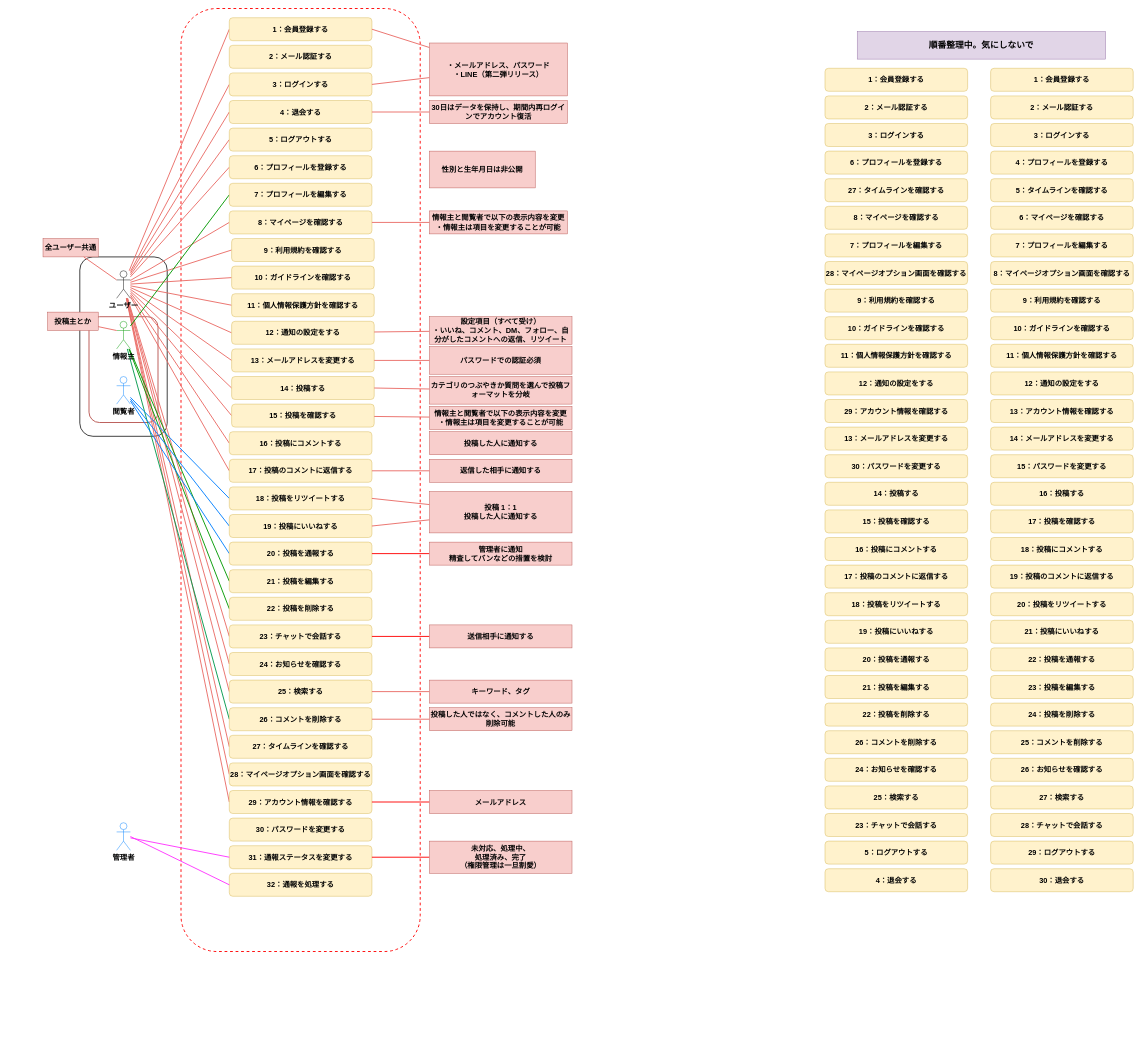
Before: page "ユースケース図" (1 of 4) of modeling.drawio in haseryo0403/VenTal, a draw.io diagram. Source tidied: cells renumbered, new cells numbered last; positions are measured from the earlier drawing's top-left corner, leaving out a move shared by most shapes. Both pictures are drawn from the tidied source at 46%, with x=0, y=0 at pixel (43, 8).
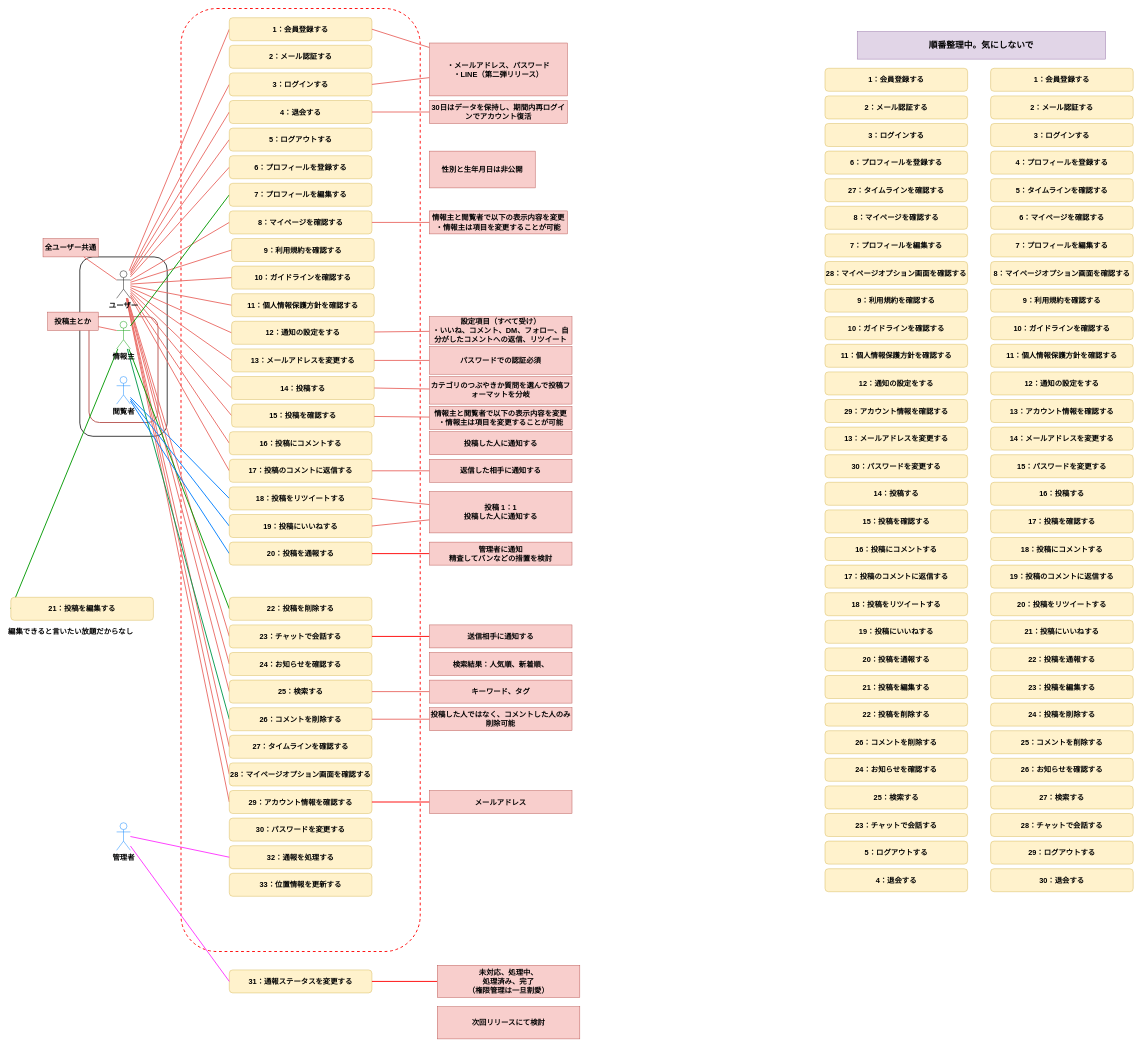
After the change.

What changed in the source:
```diff
@@
     <mxCell id="58" value="21：投稿を編集する" style="rounded=1;whiteSpace=wrap;html=1;strokeColor=#d6b656;align=center;verticalAlign=middle;fontFamily=Helvetica;fontSize=16;fontStyle=1;fillColor=#fff2cc;" parent="1" vertex="1">
-      <mxGeometry x="405" y="1220" width="310" height="50" as="geometry" />
+      <mxGeometry x="-70" y="1280" width="310" height="50" as="geometry" />
     </mxCell>
@@
     <mxCell id="163" value="&lt;span style=&quot;background-color: initial;&quot;&gt;31：通報ステータスを変更する&lt;/span&gt;" style="rounded=1;whiteSpace=wrap;html=1;strokeColor=#d6b656;align=center;verticalAlign=middle;fontFamily=Helvetica;fontSize=16;fontStyle=1;fillColor=#fff2cc;" parent="1" vertex="1">
-      <mxGeometry x="405" y="1820" width="310" height="50" as="geometry" />
+      <mxGeometry x="405" y="2090" width="310" height="50" as="geometry" />
     </mxCell>
@@
     <mxCell id="167" value="未対応、処理中、&lt;div style=&quot;font-size: 16px;&quot;&gt;処理済み、&lt;span style=&quot;background-color: initial; font-size: 16px;&quot;&gt;完了&lt;/span&gt;&lt;/div&gt;&lt;div style=&quot;font-size: 16px;&quot;&gt;（権限管理は一旦割愛）&lt;/div&gt;" style="whiteSpace=wrap;html=1;fillColor=#f8cecc;strokeColor=#b85450;rounded=1;fontStyle=1;arcSize=0;fontSize=16;" parent="1" vertex="1">
-      <mxGeometry x="840" y="1810" width="310" height="70" as="geometry" />
+      <mxGeometry x="857" y="2080" width="310" height="70" as="geometry" />
     </mxCell>
     <mxCell id="168" value="&lt;span style=&quot;background-color: initial;&quot;&gt;32：通報を処理する&lt;/span&gt;" style="rounded=1;whiteSpace=wrap;html=1;strokeColor=#d6b656;align=center;verticalAlign=middle;fontFamily=Helvetica;fontSize=16;fontStyle=1;fillColor=#fff2cc;" parent="1" vertex="1">
-      <mxGeometry x="405" y="1880" width="310" height="50" as="geometry" />
+      <mxGeometry x="405" y="1820" width="310" height="50" as="geometry" />
     </mxCell>
@@
+    <mxCell id="171" value="次回リリースにて検討" style="whiteSpace=wrap;html=1;fillColor=#f8cecc;strokeColor=#b85450;rounded=1;fontStyle=1;arcSize=0;fontSize=16;" parent="1" vertex="1">
+      <mxGeometry x="857" y="2170" width="310" height="70" as="geometry" />
+    </mxCell>
+    <mxCell id="172" value="33：位置情報を更新する" style="rounded=1;whiteSpace=wrap;html=1;strokeColor=#d6b656;align=center;verticalAlign=middle;fontFamily=Helvetica;fontSize=16;fontStyle=1;fillColor=#fff2cc;" parent="1" vertex="1">
+      <mxGeometry x="405" y="1880" width="310" height="50" as="geometry" />
+    </mxCell>
+    <mxCell id="173" value="編集できると言いたい放題だからなし" style="text;html=1;align=center;verticalAlign=middle;strokeColor=none;fillColor=none;fontFamily=Helvetica;fontSize=16;fontColor=default;fontStyle=1;labelBackgroundColor=none;" parent="1" vertex="1">
+      <mxGeometry x="40" y="1342" width="40" height="26" as="geometry" />
+    </mxCell>
+    <mxCell id="174" value="検索結果：人気順、新着順、" style="rounded=0;whiteSpace=wrap;html=1;strokeColor=#b85450;align=center;verticalAlign=middle;fontFamily=Helvetica;fontSize=16;fontColor=default;fontStyle=1;labelBackgroundColor=none;fillColor=#f8cecc;" parent="1" vertex="1">
+      <mxGeometry x="840" y="1400" width="310" height="50" as="geometry" />
+    </mxCell>
```
